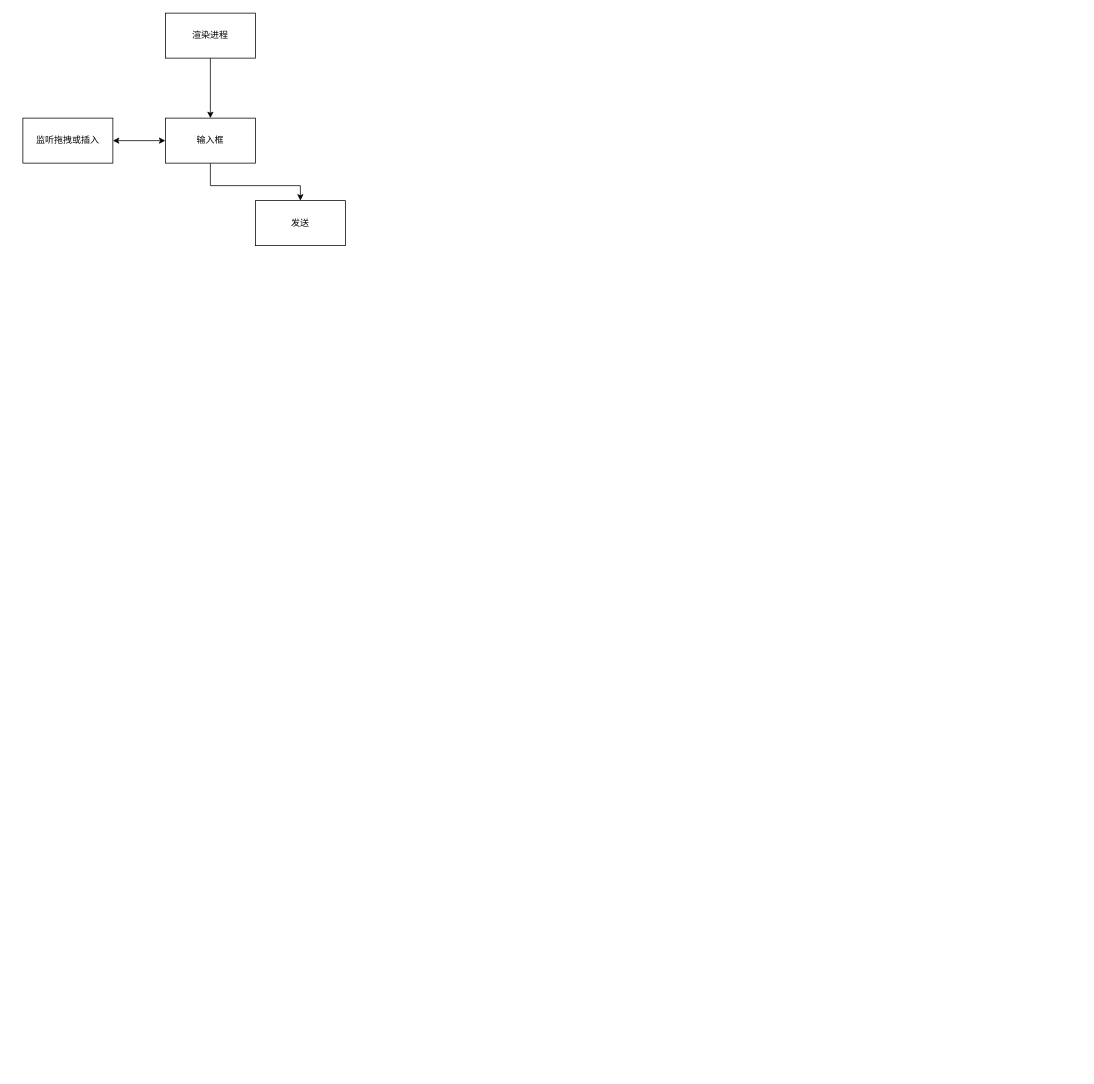
Above: file-upload.drawio in oppo-80343438/flowChart (draw.io), before the change. Source tidied: cells renumbered, new cells numbered last; positions are measured from the earlier drawing's top-left corner, leaving out a move shared by most shapes. Both pictures are drawn from the tidied source at 75%, with x=0, y=0 at pixel (22, 13).
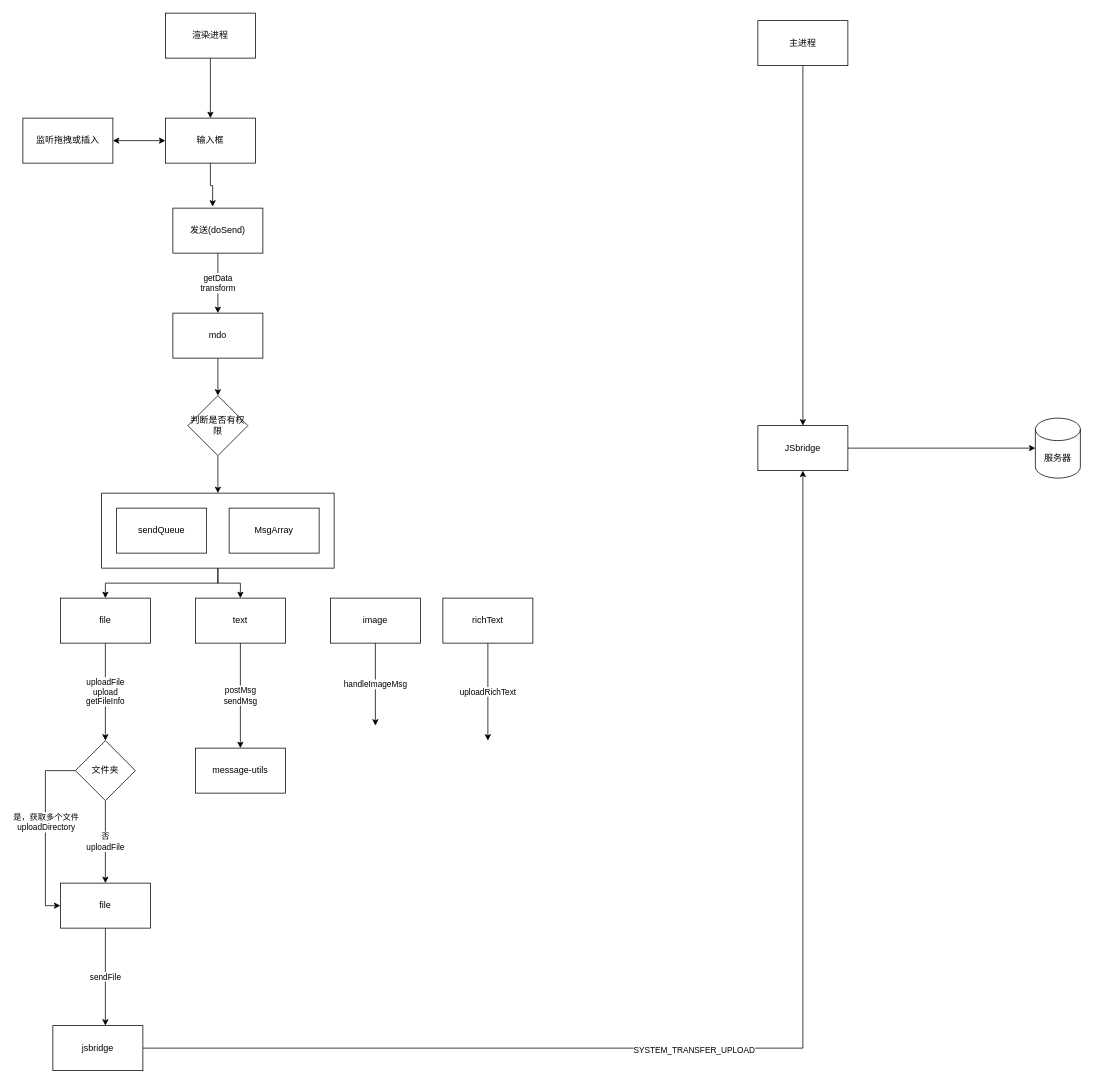
The same page after the edit.

The change refers to these unchanged cells:
```xml
<mxCell id="5" value="输入框" style="rounded=0;whiteSpace=wrap;html=1;" parent="1" vertex="1">
  <mxGeometry x="190" y="140" width="120" height="60" as="geometry" />
</mxCell>
```

Diff of the diagram source:
```diff
@@
-    <mxCell id="4" style="edgeStyle=orthogonalEdgeStyle;rounded=0;jettySize=auto;html=1;entryX=0.5;entryY=0;entryDx=0;entryDy=0;" parent="1" edge="1" source="5" target="7">
-      <mxGeometry relative="1" as="geometry">
-        <Array as="points">
-          <mxPoint x="250" y="230" />
-          <mxPoint x="370" y="230" />
-        </Array>
-      </mxGeometry>
+    <mxCell id="4" style="edgeStyle=orthogonalEdgeStyle;rounded=0;jettySize=auto;html=1;entryX=0.442;entryY=-0.033;entryDx=0;entryDy=0;entryPerimeter=0;" parent="1" edge="1" source="5" target="7">
+      <mxGeometry relative="1" as="geometry" />
     </mxCell>
@@
+    <mxCell id="9" value="getData&lt;br&gt;transform" style="edgeStyle=orthogonalEdgeStyle;rounded=0;jettySize=auto;html=1;entryX=0.5;entryY=0;entryDx=0;entryDy=0;" parent="1" edge="1" source="7" target="11">
+      <mxGeometry relative="1" as="geometry" />
+    </mxCell>
-    <mxCell id="7" value="发送" style="rounded=0;whiteSpace=wrap;html=1;" parent="1" vertex="1">
-      <mxGeometry x="310" y="250" width="120" height="60" as="geometry" />
+    <mxCell id="7" value="发送(doSend)" style="rounded=0;whiteSpace=wrap;html=1;" parent="1" vertex="1">
+      <mxGeometry x="200" y="260" width="120" height="60" as="geometry" />
     </mxCell>
@@
+    <mxCell id="10" style="edgeStyle=orthogonalEdgeStyle;rounded=0;jettySize=auto;html=1;entryX=0.5;entryY=0;entryDx=0;entryDy=0;" parent="1" edge="1" source="11" target="13">
+      <mxGeometry relative="1" as="geometry" />
+    </mxCell>
+    <mxCell id="11" value="mdo" style="rounded=0;whiteSpace=wrap;html=1;" parent="1" vertex="1">
+      <mxGeometry x="200" y="400" width="120" height="60" as="geometry" />
+    </mxCell>
+    <mxCell id="12" style="edgeStyle=orthogonalEdgeStyle;rounded=0;jettySize=auto;html=1;entryX=0.5;entryY=0;entryDx=0;entryDy=0;" parent="1" edge="1" source="13" target="22">
+      <mxGeometry relative="1" as="geometry" />
+    </mxCell>
+    <mxCell id="13" value="判断是否有权限" style="rhombus;whiteSpace=wrap;html=1;" parent="1" vertex="1">
+      <mxGeometry x="220" y="510" width="80" height="80" as="geometry" />
+    </mxCell>
+    <mxCell id="14" value="uploadFile&lt;br&gt;upload&lt;br&gt;getFileInfo" style="edgeStyle=orthogonalEdgeStyle;rounded=0;jettySize=auto;html=1;entryX=0.5;entryY=0;entryDx=0;entryDy=0;" parent="1" edge="1" source="15" target="30">
+      <mxGeometry relative="1" as="geometry" />
+    </mxCell>
+    <mxCell id="15" value="file" style="rounded=0;whiteSpace=wrap;html=1;" parent="1" vertex="1">
+      <mxGeometry x="50" y="780" width="120" height="60" as="geometry" />
+    </mxCell>
+    <mxCell id="16" value="postMsg&lt;br&gt;sendMsg" style="edgeStyle=orthogonalEdgeStyle;rounded=0;jettySize=auto;html=1;entryX=0.5;entryY=0;entryDx=0;entryDy=0;" parent="1" edge="1" source="17" target="41">
+      <mxGeometry relative="1" as="geometry" />
+    </mxCell>
+    <mxCell id="17" value="text" style="rounded=0;whiteSpace=wrap;html=1;" parent="1" vertex="1">
+      <mxGeometry x="230" y="780" width="120" height="60" as="geometry" />
+    </mxCell>
+    <mxCell id="18" value="handleImageMsg" style="edgeStyle=orthogonalEdgeStyle;rounded=0;jettySize=auto;html=1;" parent="1" edge="1" source="19">
+      <mxGeometry relative="1" as="geometry">
+        <mxPoint x="470" y="950" as="targetPoint" />
+      </mxGeometry>
+    </mxCell>
+    <mxCell id="19" value="image" style="rounded=0;whiteSpace=wrap;html=1;" parent="1" vertex="1">
+      <mxGeometry x="410" y="780" width="120" height="60" as="geometry" />
+    </mxCell>
+    <mxCell id="20" style="edgeStyle=orthogonalEdgeStyle;rounded=0;jettySize=auto;html=1;entryX=0.5;entryY=0;entryDx=0;entryDy=0;" parent="1" edge="1" source="22" target="15">
+      <mxGeometry relative="1" as="geometry" />
+    </mxCell>
+    <mxCell id="21" style="edgeStyle=orthogonalEdgeStyle;rounded=0;jettySize=auto;html=1;entryX=0.5;entryY=0;entryDx=0;entryDy=0;" parent="1" edge="1" source="22" target="17">
+      <mxGeometry relative="1" as="geometry" />
+    </mxCell>
+    <mxCell id="22" style="rounded=0;whiteSpace=wrap;html=1;" parent="1" vertex="1">
+      <mxGeometry x="105" y="640" width="310" height="100" as="geometry" />
+    </mxCell>
+    <mxCell id="23" value="sendQueue" style="rounded=0;whiteSpace=wrap;html=1;" parent="1" vertex="1">
+      <mxGeometry x="125" y="660" width="120" height="60" as="geometry" />
+    </mxCell>
+    <mxCell id="24" value="MsgArray" style="rounded=0;whiteSpace=wrap;html=1;" parent="1" vertex="1">
+      <mxGeometry x="275" y="660" width="120" height="60" as="geometry" />
+    </mxCell>
+    <mxCell id="25" value="uploadRichText" style="edgeStyle=orthogonalEdgeStyle;rounded=0;jettySize=auto;html=1;" parent="1" edge="1" source="26">
+      <mxGeometry relative="1" as="geometry">
+        <mxPoint x="620" y="970" as="targetPoint" />
+      </mxGeometry>
+    </mxCell>
+    <mxCell id="26" value="richText" style="rounded=0;whiteSpace=wrap;html=1;" parent="1" vertex="1">
+      <mxGeometry x="560" y="780" width="120" height="60" as="geometry" />
+    </mxCell>
+    <mxCell id="27" value="否&lt;br&gt;uploadFile" style="edgeStyle=orthogonalEdgeStyle;rounded=0;jettySize=auto;html=1;entryX=0.5;entryY=0;entryDx=0;entryDy=0;" parent="1" edge="1" source="30" target="32">
+      <mxGeometry relative="1" as="geometry" />
+    </mxCell>
+    <mxCell id="28" style="edgeStyle=orthogonalEdgeStyle;rounded=0;jettySize=auto;html=1;entryX=0;entryY=0.5;entryDx=0;entryDy=0;" parent="1" edge="1" source="30" target="32">
+      <mxGeometry relative="1" as="geometry">
+        <Array as="points">
+          <mxPoint x="30" y="1010" />
+          <mxPoint x="30" y="1190" />
+        </Array>
+      </mxGeometry>
+    </mxCell>
+    <mxCell id="29" value="是，获取多个文件&lt;br&gt;uploadDirectory" style="edgeLabel;html=1;align=center;verticalAlign=middle;" parent="28" vertex="1">
+      <mxGeometry x="-0.1" relative="1" as="geometry" />
+    </mxCell>
+    <mxCell id="30" value="文件夹" style="rhombus;whiteSpace=wrap;html=1;" parent="1" vertex="1">
+      <mxGeometry x="70" y="970" width="80" height="80" as="geometry" />
+    </mxCell>
+    <mxCell id="31" value="sendFile" style="edgeStyle=orthogonalEdgeStyle;rounded=0;jettySize=auto;html=1;" parent="1" edge="1" source="32">
+      <mxGeometry relative="1" as="geometry">
+        <mxPoint x="110" y="1350" as="targetPoint" />
+      </mxGeometry>
+    </mxCell>
+    <mxCell id="32" value="file" style="rounded=0;whiteSpace=wrap;html=1;" parent="1" vertex="1">
+      <mxGeometry x="50" y="1160" width="120" height="60" as="geometry" />
+    </mxCell>
+    <mxCell id="33" style="edgeStyle=orthogonalEdgeStyle;rounded=0;jettySize=auto;html=1;" parent="1" edge="1" source="35" target="39">
+      <mxGeometry relative="1" as="geometry" />
+    </mxCell>
+    <mxCell id="34" value="SYSTEM_TRANSFER_UPLOAD" style="edgeLabel;html=1;align=center;verticalAlign=middle;" parent="33" vertex="1">
+      <mxGeometry x="-0.11" y="-2" relative="1" as="geometry" />
+    </mxCell>
+    <mxCell id="35" value="jsbridge" style="rounded=0;whiteSpace=wrap;html=1;" parent="1" vertex="1">
+      <mxGeometry x="40" y="1350" width="120" height="60" as="geometry" />
+    </mxCell>
+    <mxCell id="36" style="edgeStyle=orthogonalEdgeStyle;rounded=0;jettySize=auto;html=1;entryX=0.5;entryY=0;entryDx=0;entryDy=0;" parent="1" edge="1" source="37" target="39">
+      <mxGeometry relative="1" as="geometry" />
+    </mxCell>
+    <mxCell id="37" value="主进程" style="rounded=0;whiteSpace=wrap;html=1;" parent="1" vertex="1">
+      <mxGeometry x="980" y="10" width="120" height="60" as="geometry" />
+    </mxCell>
+    <mxCell id="38" style="edgeStyle=orthogonalEdgeStyle;rounded=0;jettySize=auto;html=1;entryX=0;entryY=0.5;entryDx=0;entryDy=0;entryPerimeter=0;" parent="1" edge="1" source="39" target="40">
+      <mxGeometry relative="1" as="geometry" />
+    </mxCell>
+    <mxCell id="39" value="JSbridge" style="rounded=0;whiteSpace=wrap;html=1;" parent="1" vertex="1">
+      <mxGeometry x="980" y="550" width="120" height="60" as="geometry" />
+    </mxCell>
+    <mxCell id="40" value="服务器" style="shape=cylinder3;whiteSpace=wrap;html=1;boundedLbl=1;backgroundOutline=1;size=15;" parent="1" vertex="1">
+      <mxGeometry x="1350" y="540" width="60" height="80" as="geometry" />
+    </mxCell>
+    <mxCell id="41" value="message-utils" style="rounded=0;whiteSpace=wrap;html=1;" parent="1" vertex="1">
+      <mxGeometry x="230" y="980" width="120" height="60" as="geometry" />
+    </mxCell>
```
